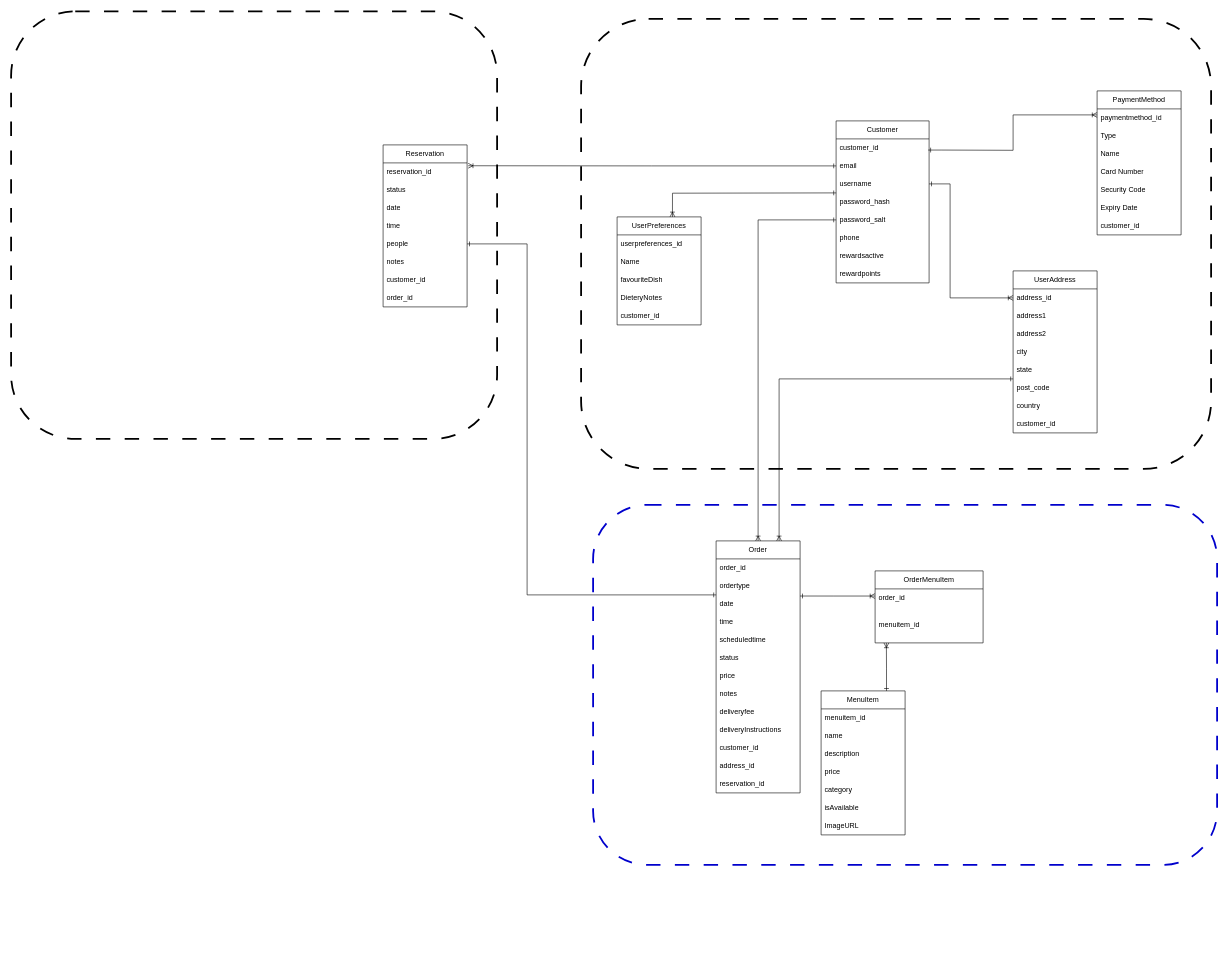
Web-Development-UAlberta/exsm-3951-exsm-3943-spring-2025-python-c-project-team-restaurant-c keeps this draw.io diagram as docs/ERD.drawio. Above is the earlier version. Source tidied: cells renumbered, new cells numbered last; positions are measured from the earlier drawing's top-left corner, leaving out a move shared by most shapes. Both pictures are drawn from the tidied source at 60%, with x=0, y=0 at pixel (11, 11).
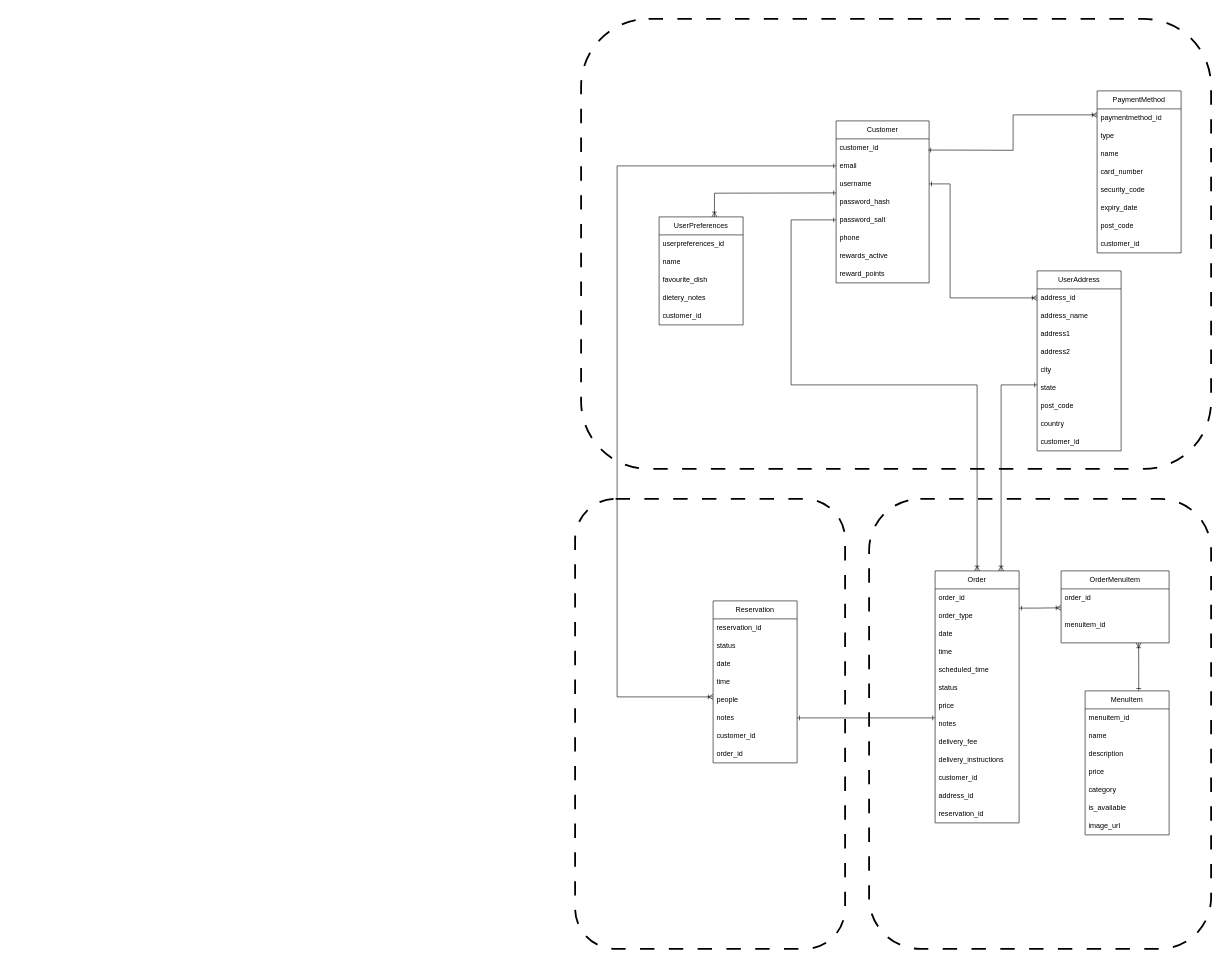
The same diagram, later.

Commit message:
Rearange tables to account for removed tables;

The change refers to these unchanged cells:
```xml
<mxCell id="14" value="reservation_id" style="text;strokeColor=none;fillColor=none;align=left;verticalAlign=middle;spacingLeft=4;spacingRight=4;overflow=hidden;points=[[0,0.5],[1,0.5]];portConstraint=eastwest;whiteSpace=wrap;html=1;" parent="13" vertex="1">
  <mxGeometry y="30" width="140" height="30" as="geometry" />
</mxCell>
<mxCell id="18" value="people" style="text;strokeColor=none;fillColor=none;align=left;verticalAlign=middle;spacingLeft=4;spacingRight=4;overflow=hidden;points=[[0,0.5],[1,0.5]];portConstraint=eastwest;whiteSpace=wrap;html=1;" parent="13" vertex="1">
  <mxGeometry y="150" width="140" height="30" as="geometry" />
</mxCell>
<mxCell id="19" value="notes" style="text;strokeColor=none;fillColor=none;align=left;verticalAlign=middle;spacingLeft=4;spacingRight=4;overflow=hidden;points=[[0,0.5],[1,0.5]];portConstraint=eastwest;whiteSpace=wrap;html=1;" parent="13" vertex="1">
  <mxGeometry y="180" width="140" height="30" as="geometry" />
</mxCell>
<mxCell id="22" value="&lt;div&gt;Customer&lt;/div&gt;" style="swimlane;fontStyle=0;horizontal=1;startSize=30;whiteSpace=wrap;html=1;" parent="1" vertex="1">
  <mxGeometry x="1375" y="182" width="155" height="270" as="geometry" />
</mxCell>
<mxCell id="24" value="email" style="text;strokeColor=none;fillColor=none;align=left;verticalAlign=middle;spacingLeft=4;spacingRight=4;overflow=hidden;points=[[0,0.5],[1,0.5]];portConstraint=eastwest;whiteSpace=wrap;html=1;" parent="22" vertex="1">
  <mxGeometry y="60" width="155" height="30" as="geometry" />
</mxCell>
<mxCell id="27" value="password_salt" style="text;strokeColor=none;fillColor=none;align=left;verticalAlign=middle;spacingLeft=4;spacingRight=4;overflow=hidden;points=[[0,0.5],[1,0.5]];portConstraint=eastwest;whiteSpace=wrap;html=1;" parent="22" vertex="1">
  <mxGeometry y="150" width="155" height="30" as="geometry" />
</mxCell>
<mxCell id="54" value="date" style="text;strokeColor=none;fillColor=none;align=left;verticalAlign=middle;spacingLeft=4;spacingRight=4;overflow=hidden;points=[[0,0.5],[1,0.5]];portConstraint=eastwest;whiteSpace=wrap;html=1;" parent="51" vertex="1">
  <mxGeometry y="90" width="140" height="30" as="geometry" />
</mxCell>
<mxCell id="66" value="order_id&lt;span style=&quot;white-space: pre;&quot;&gt;&#9;&lt;/span&gt;" style="text;strokeColor=none;fillColor=none;align=left;verticalAlign=middle;spacingLeft=4;spacingRight=4;overflow=hidden;points=[[0,0.5],[1,0.5]];portConstraint=eastwest;whiteSpace=wrap;html=1;" parent="65" vertex="1">
  <mxGeometry y="30" width="180" height="30" as="geometry" />
</mxCell>
<mxCell id="67" value="menuitem_id" style="text;strokeColor=none;fillColor=none;align=left;verticalAlign=middle;spacingLeft=4;spacingRight=4;overflow=hidden;points=[[0,0.5],[1,0.5]];portConstraint=eastwest;whiteSpace=wrap;html=1;" parent="65" vertex="1">
  <mxGeometry y="60" width="180" height="60" as="geometry" />
</mxCell>
```

Change to the diagram source:
```diff
@@
-    <mxCell id="2" style="rounded=1;whiteSpace=wrap;html=1;fillColor=none;dashed=1;dashPattern=8 8;strokeWidth=3;strokeColor=#0000CC;" parent="1" vertex="1">
-      <mxGeometry x="970" y="822" width="1040" height="600" as="geometry" />
-    </mxCell>
+    <mxCell id="80" style="rounded=1;whiteSpace=wrap;html=1;fillColor=none;dashed=1;dashPattern=8 8;strokeWidth=3;" parent="1" vertex="1">
+      <mxGeometry x="1430" y="812" width="570" height="750" as="geometry" />
+    </mxCell>
@@
     <mxCell id="4" style="rounded=1;whiteSpace=wrap;html=1;fillColor=none;dashed=1;dashPattern=8 8;strokeWidth=3;" parent="1" vertex="1">
-      <mxGeometry y="-0.5" width="810" height="712.5" as="geometry" />
+      <mxGeometry x="940" y="812" width="450" height="750" as="geometry" />
     </mxCell>
     <mxCell id="5" value="MenuItem" style="swimlane;fontStyle=0;horizontal=1;startSize=30;whiteSpace=wrap;html=1;" parent="1" vertex="1">
-      <mxGeometry x="1350" y="1132" width="140" height="240" as="geometry" />
+      <mxGeometry x="1790" y="1132" width="140" height="240" as="geometry" />
     </mxCell>
@@
-    <mxCell id="11" value="isAvailable" style="text;strokeColor=none;fillColor=none;align=left;verticalAlign=middle;spacingLeft=4;spacingRight=4;overflow=hidden;whiteSpace=wrap;html=1;" parent="5" vertex="1">
+    <mxCell id="11" value="is_available" style="text;strokeColor=none;fillColor=none;align=left;verticalAlign=middle;spacingLeft=4;spacingRight=4;overflow=hidden;whiteSpace=wrap;html=1;" parent="5" vertex="1">
       <mxGeometry y="180" width="140" height="30" as="geometry" />
     </mxCell>
-    <mxCell id="12" value="ImageURL" style="text;strokeColor=none;fillColor=none;align=left;verticalAlign=middle;spacingLeft=4;spacingRight=4;overflow=hidden;whiteSpace=wrap;html=1;" parent="5" vertex="1">
+    <mxCell id="12" value="image_url" style="text;strokeColor=none;fillColor=none;align=left;verticalAlign=middle;spacingLeft=4;spacingRight=4;overflow=hidden;whiteSpace=wrap;html=1;" parent="5" vertex="1">
       <mxGeometry y="210" width="140" height="30" as="geometry" />
     </mxCell>
     <mxCell id="13" value="&lt;div&gt;Reservation&lt;/div&gt;" style="swimlane;fontStyle=0;horizontal=1;startSize=30;whiteSpace=wrap;html=1;" parent="1" vertex="1">
-      <mxGeometry x="620" y="222" width="140" height="270" as="geometry" />
+      <mxGeometry x="1170" y="982" width="140" height="270" as="geometry" />
     </mxCell>
@@
-    <mxCell id="29" value="rewardsactive" style="text;strokeColor=none;fillColor=none;align=left;verticalAlign=middle;spacingLeft=4;spacingRight=4;overflow=hidden;whiteSpace=wrap;html=1;" parent="22" vertex="1">
+    <mxCell id="29" value="rewards_active" style="text;strokeColor=none;fillColor=none;align=left;verticalAlign=middle;spacingLeft=4;spacingRight=4;overflow=hidden;whiteSpace=wrap;html=1;" parent="22" vertex="1">
       <mxGeometry y="210" width="155" height="30" as="geometry" />
     </mxCell>
-    <mxCell id="30" value="rewardpoints" style="text;strokeColor=none;fillColor=none;align=left;verticalAlign=middle;spacingLeft=4;spacingRight=4;overflow=hidden;whiteSpace=wrap;html=1;" parent="22" vertex="1">
+    <mxCell id="30" value="reward_points" style="text;strokeColor=none;fillColor=none;align=left;verticalAlign=middle;spacingLeft=4;spacingRight=4;overflow=hidden;whiteSpace=wrap;html=1;" parent="22" vertex="1">
       <mxGeometry y="240" width="155" height="30" as="geometry" />
     </mxCell>
     <mxCell id="31" value="UserAddress" style="swimlane;fontStyle=0;horizontal=1;startSize=30;whiteSpace=wrap;html=1;" parent="1" vertex="1">
-      <mxGeometry x="1670" y="432" width="140" height="270" as="geometry" />
+      <mxGeometry x="1710" y="432" width="140" height="300" as="geometry" />
     </mxCell>
@@
-    <mxCell id="33" value="address1" style="text;strokeColor=none;fillColor=none;align=left;verticalAlign=middle;spacingLeft=4;spacingRight=4;overflow=hidden;whiteSpace=wrap;html=1;" parent="31" vertex="1">
+    <mxCell id="33" value="address_name" style="text;strokeColor=none;fillColor=none;align=left;verticalAlign=middle;spacingLeft=4;spacingRight=4;overflow=hidden;whiteSpace=wrap;html=1;" parent="31" vertex="1">
       <mxGeometry y="60" width="140" height="30" as="geometry" />
     </mxCell>
+    <mxCell id="81" value="address1" style="text;strokeColor=none;fillColor=none;align=left;verticalAlign=middle;spacingLeft=4;spacingRight=4;overflow=hidden;whiteSpace=wrap;html=1;" parent="31" vertex="1">
+      <mxGeometry y="90" width="140" height="30" as="geometry" />
+    </mxCell>
     <mxCell id="34" value="address2" style="text;strokeColor=none;fillColor=none;align=left;verticalAlign=middle;spacingLeft=4;spacingRight=4;overflow=hidden;whiteSpace=wrap;html=1;" parent="31" vertex="1">
-      <mxGeometry y="90" width="140" height="30" as="geometry" />
+      <mxGeometry y="120" width="140" height="30" as="geometry" />
     </mxCell>
     <mxCell id="35" value="city" style="text;strokeColor=none;fillColor=none;align=left;verticalAlign=middle;spacingLeft=4;spacingRight=4;overflow=hidden;whiteSpace=wrap;html=1;" parent="31" vertex="1">
-      <mxGeometry y="120" width="140" height="30" as="geometry" />
+      <mxGeometry y="150" width="140" height="30" as="geometry" />
     </mxCell>
     <mxCell id="36" value="state" style="text;strokeColor=none;fillColor=none;align=left;verticalAlign=middle;spacingLeft=4;spacingRight=4;overflow=hidden;whiteSpace=wrap;html=1;" parent="31" vertex="1">
-      <mxGeometry y="150" width="140" height="30" as="geometry" />
+      <mxGeometry y="180" width="140" height="30" as="geometry" />
     </mxCell>
-    <mxCell id="37" style="edgeStyle=orthogonalEdgeStyle;rounded=0;jettySize=auto;html=1;startArrow=ERone;startFill=0;endArrow=ERoneToMany;endFill=0;entryX=0.75;entryY=0;entryDx=0;entryDy=0;" parent="31" edge="1" target="51">
-      <mxGeometry relative="1" as="geometry">
-        <mxPoint y="180" as="sourcePoint" />
-        <Array as="points">
-          <mxPoint x="-390" y="180" />
-        </Array>
-      </mxGeometry>
-    </mxCell>
     <mxCell id="38" value="post_code" style="text;strokeColor=none;fillColor=none;align=left;verticalAlign=middle;spacingLeft=4;spacingRight=4;overflow=hidden;whiteSpace=wrap;html=1;" parent="31" vertex="1">
-      <mxGeometry y="180" width="140" height="30" as="geometry" />
+      <mxGeometry y="210" width="140" height="30" as="geometry" />
     </mxCell>
     <mxCell id="39" value="country" style="text;strokeColor=none;fillColor=none;align=left;verticalAlign=middle;spacingLeft=4;spacingRight=4;overflow=hidden;whiteSpace=wrap;html=1;" parent="31" vertex="1">
-      <mxGeometry y="210" width="140" height="30" as="geometry" />
+      <mxGeometry y="240" width="140" height="30" as="geometry" />
     </mxCell>
     <mxCell id="40" value="customer_id" style="text;strokeColor=none;fillColor=none;align=left;verticalAlign=middle;spacingLeft=4;spacingRight=4;overflow=hidden;whiteSpace=wrap;html=1;" parent="31" vertex="1">
-      <mxGeometry y="240" width="140" height="30" as="geometry" />
+      <mxGeometry y="270" width="140" height="30" as="geometry" />
     </mxCell>
     <mxCell id="41" value="PaymentMethod" style="swimlane;fontStyle=0;horizontal=1;startSize=30;whiteSpace=wrap;html=1;" parent="1" vertex="1">
-      <mxGeometry x="1810" y="132" width="140" height="240" as="geometry" />
+      <mxGeometry x="1810" y="132" width="140" height="270" as="geometry" />
     </mxCell>
@@
-    <mxCell id="43" value="Type" style="text;strokeColor=none;fillColor=none;align=left;verticalAlign=middle;spacingLeft=4;spacingRight=4;overflow=hidden;whiteSpace=wrap;html=1;" parent="41" vertex="1">
+    <mxCell id="43" value="type" style="text;strokeColor=none;fillColor=none;align=left;verticalAlign=middle;spacingLeft=4;spacingRight=4;overflow=hidden;whiteSpace=wrap;html=1;" parent="41" vertex="1">
       <mxGeometry y="60" width="140" height="30" as="geometry" />
     </mxCell>
-    <mxCell id="44" value="Name" style="text;strokeColor=none;fillColor=none;align=left;verticalAlign=middle;spacingLeft=4;spacingRight=4;overflow=hidden;whiteSpace=wrap;html=1;" parent="41" vertex="1">
+    <mxCell id="44" value="name" style="text;strokeColor=none;fillColor=none;align=left;verticalAlign=middle;spacingLeft=4;spacingRight=4;overflow=hidden;whiteSpace=wrap;html=1;" parent="41" vertex="1">
       <mxGeometry y="90" width="140" height="30" as="geometry" />
     </mxCell>
-    <mxCell id="45" value="Card Number" style="text;strokeColor=none;fillColor=none;align=left;verticalAlign=middle;spacingLeft=4;spacingRight=4;overflow=hidden;whiteSpace=wrap;html=1;" parent="41" vertex="1">
+    <mxCell id="45" value="card_number" style="text;strokeColor=none;fillColor=none;align=left;verticalAlign=middle;spacingLeft=4;spacingRight=4;overflow=hidden;whiteSpace=wrap;html=1;" parent="41" vertex="1">
       <mxGeometry y="120" width="140" height="30" as="geometry" />
     </mxCell>
-    <mxCell id="46" value="Security Code" style="text;strokeColor=none;fillColor=none;align=left;verticalAlign=middle;spacingLeft=4;spacingRight=4;overflow=hidden;whiteSpace=wrap;html=1;" parent="41" vertex="1">
+    <mxCell id="46" value="security_code" style="text;strokeColor=none;fillColor=none;align=left;verticalAlign=middle;spacingLeft=4;spacingRight=4;overflow=hidden;whiteSpace=wrap;html=1;" parent="41" vertex="1">
       <mxGeometry y="150" width="140" height="30" as="geometry" />
     </mxCell>
-    <mxCell id="47" value="Expiry Date" style="text;strokeColor=none;fillColor=none;align=left;verticalAlign=middle;spacingLeft=4;spacingRight=4;overflow=hidden;whiteSpace=wrap;html=1;" parent="41" vertex="1">
+    <mxCell id="47" value="expiry_date" style="text;strokeColor=none;fillColor=none;align=left;verticalAlign=middle;spacingLeft=4;spacingRight=4;overflow=hidden;whiteSpace=wrap;html=1;" parent="41" vertex="1">
       <mxGeometry y="180" width="140" height="30" as="geometry" />
     </mxCell>
+    <mxCell id="82" value="post_code" style="text;strokeColor=none;fillColor=none;align=left;verticalAlign=middle;spacingLeft=4;spacingRight=4;overflow=hidden;whiteSpace=wrap;html=1;" parent="41" vertex="1">
+      <mxGeometry y="210" width="140" height="30" as="geometry" />
+    </mxCell>
     <mxCell id="48" value="customer_id" style="text;strokeColor=none;fillColor=none;align=left;verticalAlign=middle;spacingLeft=4;spacingRight=4;overflow=hidden;whiteSpace=wrap;html=1;" parent="41" vertex="1">
-      <mxGeometry y="210" width="140" height="30" as="geometry" />
+      <mxGeometry y="240" width="140" height="30" as="geometry" />
     </mxCell>
@@
     <mxCell id="51" value="Order" style="swimlane;fontStyle=0;horizontal=1;startSize=30;whiteSpace=wrap;html=1;" parent="1" vertex="1">
-      <mxGeometry x="1175" y="882" width="140" height="420" as="geometry" />
+      <mxGeometry x="1540" y="932" width="140" height="420" as="geometry" />
     </mxCell>
@@
-    <mxCell id="53" value="ordertype" style="text;strokeColor=none;fillColor=none;align=left;verticalAlign=middle;spacingLeft=4;spacingRight=4;overflow=hidden;whiteSpace=wrap;html=1;" parent="51" vertex="1">
+    <mxCell id="53" value="order_type" style="text;strokeColor=none;fillColor=none;align=left;verticalAlign=middle;spacingLeft=4;spacingRight=4;overflow=hidden;whiteSpace=wrap;html=1;" parent="51" vertex="1">
       <mxGeometry y="60" width="140" height="30" as="geometry" />
     </mxCell>
@@
-    <mxCell id="56" value="scheduledtime" style="text;strokeColor=none;fillColor=none;align=left;verticalAlign=middle;spacingLeft=4;spacingRight=4;overflow=hidden;whiteSpace=wrap;html=1;" parent="51" vertex="1">
+    <mxCell id="56" value="scheduled_time" style="text;strokeColor=none;fillColor=none;align=left;verticalAlign=middle;spacingLeft=4;spacingRight=4;overflow=hidden;whiteSpace=wrap;html=1;" parent="51" vertex="1">
       <mxGeometry y="150" width="140" height="30" as="geometry" />
     </mxCell>
@@
-    <mxCell id="60" value="deliveryfee" style="text;strokeColor=none;fillColor=none;align=left;verticalAlign=middle;spacingLeft=4;spacingRight=4;overflow=hidden;whiteSpace=wrap;html=1;" parent="51" vertex="1">
+    <mxCell id="60" value="delivery_fee" style="text;strokeColor=none;fillColor=none;align=left;verticalAlign=middle;spacingLeft=4;spacingRight=4;overflow=hidden;whiteSpace=wrap;html=1;" parent="51" vertex="1">
       <mxGeometry y="270" width="140" height="30" as="geometry" />
     </mxCell>
-    <mxCell id="61" value="deliveryInstructions" style="text;strokeColor=none;fillColor=none;align=left;verticalAlign=middle;spacingLeft=4;spacingRight=4;overflow=hidden;whiteSpace=wrap;html=1;" parent="51" vertex="1">
+    <mxCell id="61" value="delivery_instructions" style="text;strokeColor=none;fillColor=none;align=left;verticalAlign=middle;spacingLeft=4;spacingRight=4;overflow=hidden;whiteSpace=wrap;html=1;" parent="51" vertex="1">
       <mxGeometry y="300" width="140" height="30" as="geometry" />
     </mxCell>
@@
     <mxCell id="65" value="&lt;div&gt;OrderMenuItem&lt;/div&gt;" style="swimlane;fontStyle=0;horizontal=1;startSize=30;whiteSpace=wrap;html=1;" parent="1" vertex="1">
-      <mxGeometry x="1440" y="932" width="180" height="120" as="geometry" />
+      <mxGeometry x="1750" y="932" width="180" height="120" as="geometry" />
     </mxCell>
@@
-    <mxCell id="68" style="edgeStyle=orthogonalEdgeStyle;rounded=0;jettySize=auto;html=1;exitX=0;exitY=0.5;exitDx=0;exitDy=0;entryX=1.013;entryY=0.158;entryDx=0;entryDy=0;startArrow=ERone;startFill=0;endArrow=ERoneToMany;endFill=0;entryPerimeter=0;" parent="1" edge="1" source="24" target="14">
-      <mxGeometry relative="1" as="geometry" />
+    <mxCell id="68" style="edgeStyle=orthogonalEdgeStyle;rounded=0;jettySize=auto;html=1;exitX=0;exitY=0.5;exitDx=0;exitDy=0;startArrow=ERone;startFill=0;endArrow=ERoneToMany;endFill=0;" parent="1" edge="1" source="24">
+      <mxGeometry relative="1" as="geometry">
+        <mxPoint x="1170" y="1142" as="targetPoint" />
+        <Array as="points">
+          <mxPoint x="1010" y="257" />
+          <mxPoint x="1010" y="1142" />
+          <mxPoint x="1170" y="1142" />
+        </Array>
+      </mxGeometry>
     </mxCell>
     <mxCell id="69" style="edgeStyle=orthogonalEdgeStyle;rounded=0;jettySize=auto;html=1;exitX=0;exitY=0.5;exitDx=0;exitDy=0;startArrow=ERone;startFill=0;endArrow=ERoneToMany;endFill=0;entryX=0.5;entryY=0;entryDx=0;entryDy=0;" parent="1" edge="1" source="27" target="51">
       <mxGeometry relative="1" as="geometry">
         <Array as="points">
-          <mxPoint x="1245" y="347" />
+          <mxPoint x="1300" y="347" />
+          <mxPoint x="1300" y="622" />
+          <mxPoint x="1610" y="622" />
         </Array>
       </mxGeometry>
     </mxCell>
-    <mxCell id="70" style="edgeStyle=orthogonalEdgeStyle;rounded=0;jettySize=auto;html=1;entryX=-0.001;entryY=0.397;entryDx=0;entryDy=0;startArrow=ERone;startFill=0;endArrow=ERoneToMany;endFill=0;exitX=1;exitY=0.062;exitDx=0;exitDy=0;exitPerimeter=0;entryPerimeter=0;" parent="1" edge="1" source="54" target="66">
+    <mxCell id="70" style="edgeStyle=orthogonalEdgeStyle;rounded=0;jettySize=auto;html=1;entryX=-0.001;entryY=0.025;entryDx=0;entryDy=0;startArrow=ERone;startFill=0;endArrow=ERoneToMany;endFill=0;entryPerimeter=0;" parent="1" edge="1" target="67">
       <mxGeometry relative="1" as="geometry">
+        <mxPoint x="1680" y="994" as="sourcePoint" />
         <Array as="points">
-          <mxPoint x="1370" y="974" />
+          <mxPoint x="1710" y="994" />
         </Array>
       </mxGeometry>
     </mxCell>
     <mxCell id="71" value="UserPreferences" style="swimlane;fontStyle=0;horizontal=1;startSize=30;whiteSpace=wrap;html=1;" parent="1" vertex="1">
-      <mxGeometry x="1010" y="342" width="140" height="180" as="geometry" />
+      <mxGeometry x="1080" y="342" width="140" height="180" as="geometry" />
     </mxCell>
@@
-    <mxCell id="73" value="Name" style="text;strokeColor=none;fillColor=none;align=left;verticalAlign=middle;spacingLeft=4;spacingRight=4;overflow=hidden;whiteSpace=wrap;html=1;" parent="71" vertex="1">
+    <mxCell id="73" value="name" style="text;strokeColor=none;fillColor=none;align=left;verticalAlign=middle;spacingLeft=4;spacingRight=4;overflow=hidden;whiteSpace=wrap;html=1;" parent="71" vertex="1">
       <mxGeometry y="60" width="140" height="30" as="geometry" />
     </mxCell>
-    <mxCell id="74" value="favouriteDish" style="text;strokeColor=none;fillColor=none;align=left;verticalAlign=middle;spacingLeft=4;spacingRight=4;overflow=hidden;whiteSpace=wrap;html=1;" parent="71" vertex="1">
+    <mxCell id="74" value="favourite_dish" style="text;strokeColor=none;fillColor=none;align=left;verticalAlign=middle;spacingLeft=4;spacingRight=4;overflow=hidden;whiteSpace=wrap;html=1;" parent="71" vertex="1">
       <mxGeometry y="90" width="140" height="30" as="geometry" />
     </mxCell>
-    <mxCell id="75" value="DieteryNotes" style="text;strokeColor=none;fillColor=none;align=left;verticalAlign=middle;spacingLeft=4;spacingRight=4;overflow=hidden;whiteSpace=wrap;html=1;" parent="71" vertex="1">
+    <mxCell id="75" value="dietery_notes" style="text;strokeColor=none;fillColor=none;align=left;verticalAlign=middle;spacingLeft=4;spacingRight=4;overflow=hidden;whiteSpace=wrap;html=1;" parent="71" vertex="1">
       <mxGeometry y="120" width="140" height="30" as="geometry" />
     </mxCell>
@@
     <mxCell id="78" style="edgeStyle=orthogonalEdgeStyle;rounded=0;orthogonalLoop=1;jettySize=auto;html=1;startArrow=ERone;startFill=0;endArrow=ERoneToMany;endFill=0;" parent="1" edge="1">
       <mxGeometry relative="1" as="geometry">
-        <mxPoint x="1459" y="1132" as="sourcePoint" />
-        <mxPoint x="1458.8" y="1052" as="targetPoint" />
+        <mxPoint x="1879.4" y="1132" as="sourcePoint" />
+        <mxPoint x="1879.2" y="1052" as="targetPoint" />
         <Array as="points">
-          <mxPoint x="1459" y="1132" />
-          <mxPoint x="1459" y="1094" />
-          <mxPoint x="1459" y="1094" />
+          <mxPoint x="1879.4" y="1132" />
+          <mxPoint x="1879.4" y="1094" />
+          <mxPoint x="1879.4" y="1094" />
         </Array>
       </mxGeometry>
     </mxCell>
-    <mxCell id="79" style="edgeStyle=orthogonalEdgeStyle;fontSize=12;html=1;endArrow=ERone;startArrow=ERone;exitX=1;exitY=0.5;exitDx=0;exitDy=0;startFill=0;endFill=0;rounded=0;" parent="1" edge="1" source="18">
+    <mxCell id="79" style="edgeStyle=orthogonalEdgeStyle;fontSize=12;html=1;endArrow=ERone;startArrow=ERone;exitX=1;exitY=0.5;exitDx=0;exitDy=0;startFill=0;endFill=0;rounded=0;" parent="1" edge="1" source="19">
       <mxGeometry relative="1" as="geometry">
-        <mxPoint x="1175" y="972" as="targetPoint" />
+        <mxPoint x="1540" y="1177" as="targetPoint" />
         <Array as="points">
-          <mxPoint x="860" y="387" />
-          <mxPoint x="860" y="972" />
+          <mxPoint x="1540" y="1177" />
         </Array>
       </mxGeometry>
     </mxCell>
+    <mxCell id="37" style="edgeStyle=orthogonalEdgeStyle;rounded=0;orthogonalLoop=1;jettySize=auto;html=1;startArrow=ERone;startFill=0;endArrow=ERoneToMany;endFill=0;" parent="1" edge="1">
+      <mxGeometry relative="1" as="geometry">
+        <mxPoint x="1710" y="622" as="sourcePoint" />
+        <mxPoint x="1650" y="932" as="targetPoint" />
+        <Array as="points">
+          <mxPoint x="1650" y="622" />
+        </Array>
+      </mxGeometry>
+    </mxCell>
```
